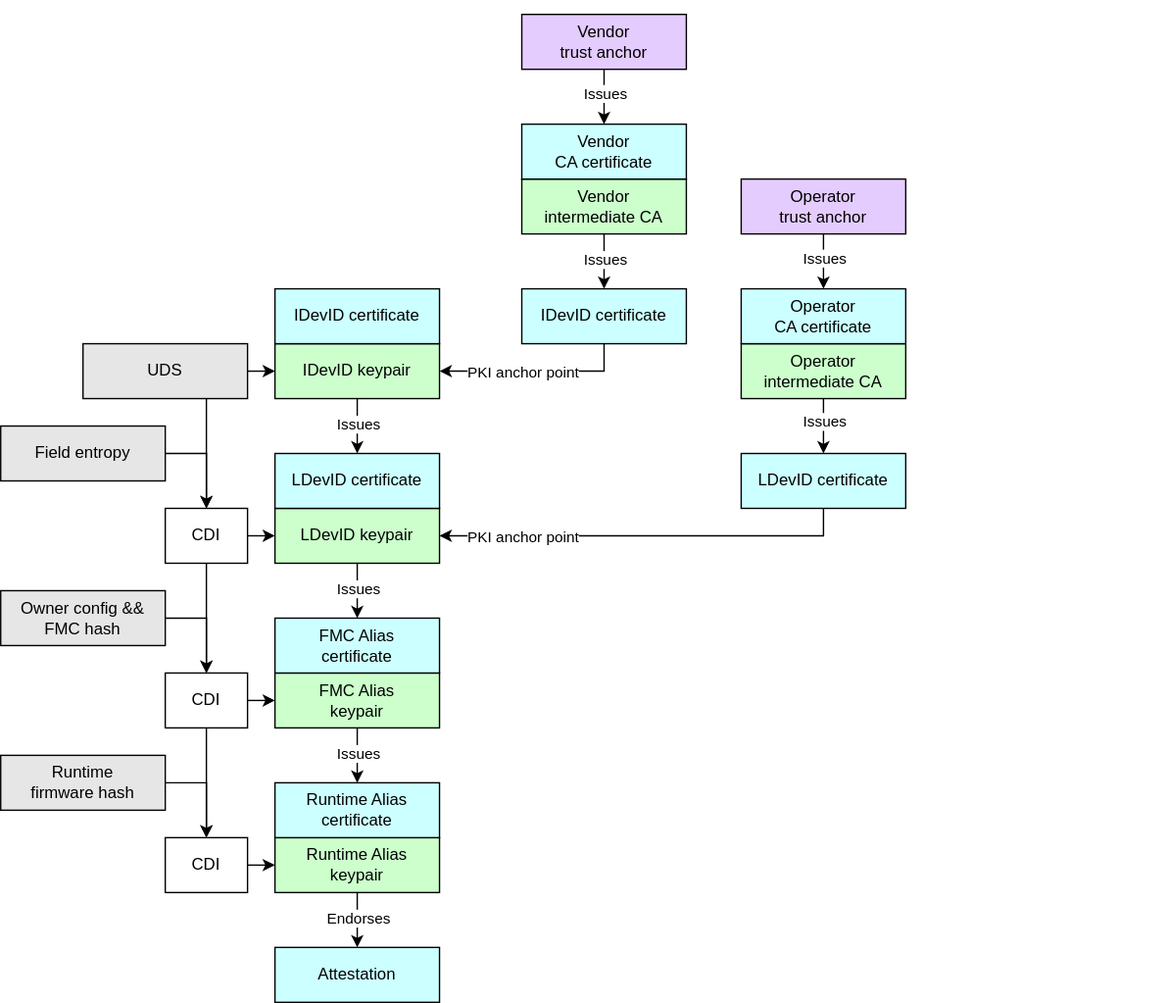
Above: specifications/device-trust-anchor-management/diagrams/identity_key_derivation.drawio.svg in opencomputeproject/Security (draw.io), before the change. Source tidied: cells renumbered, new cells last; positions are measured from the earlier drawing's top-left corner, leaving out a move shared by most shapes.
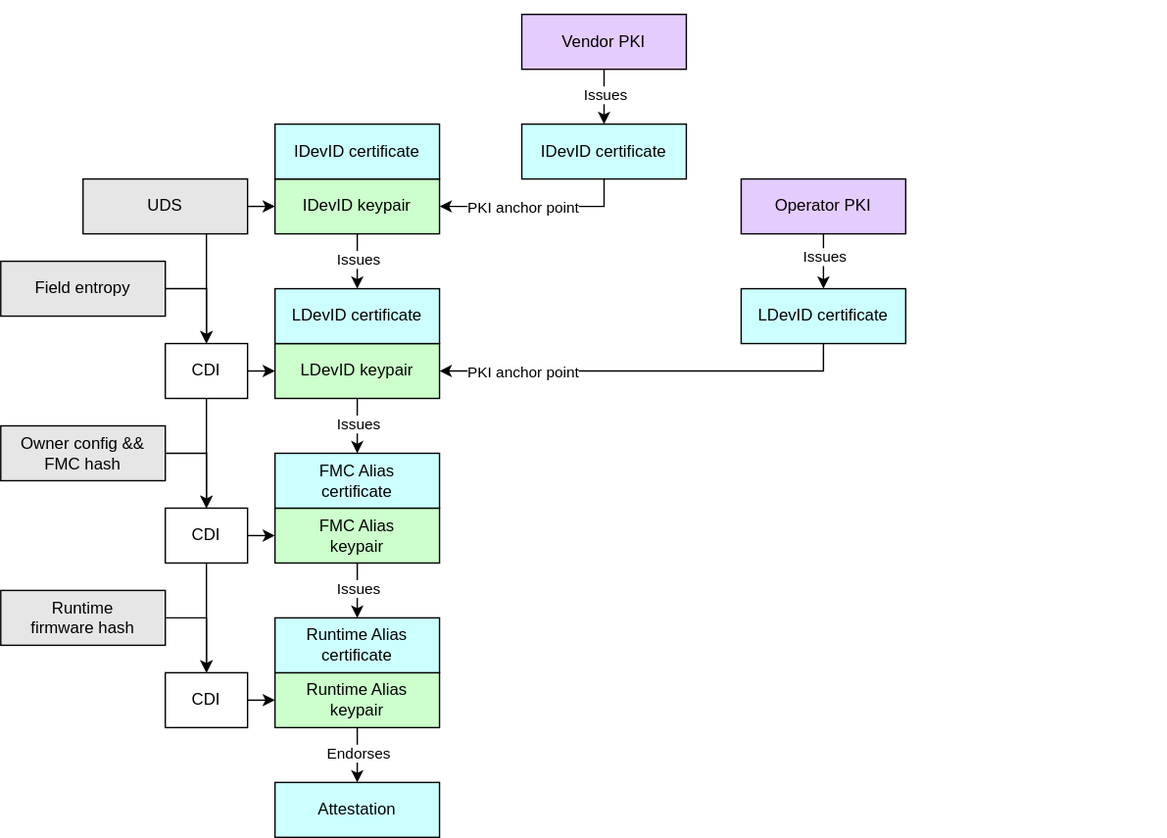
After the change.

Commit message:
Incorporate feedback on Device Identity Provisioning spec. (#31)

What changed in the source:
```diff
@@ -62,7 +62,7 @@
       <mxGeometry x="200" y="690" width="120" height="40" as="geometry" />
     </mxCell>
     <mxCell id="19" style="rounded=0;whiteSpace=wrap;html=1;align=center;verticalAlign=middle;shadow=0;glass=0;spacingLeft=0;spacingBottom=0;spacingTop=0;fillColor=#FFFFFF;fontSize=10;strokeColor=#FFFFFF;" parent="1" vertex="1">
-      <mxGeometry width="90" height="20" as="geometry" />
+      <mxGeometry y="120" width="90" height="20" as="geometry" />
     </mxCell>
     <mxCell id="20" style="edgeStyle=none;html=1;exitX=1;exitY=0.5;exitDx=0;exitDy=0;entryX=0;entryY=0.5;entryDx=0;entryDy=0;" parent="1" edge="1" source="22" target="12">
       <mxGeometry relative="1" as="geometry" />
@@ -126,7 +126,7 @@
     <mxCell id="39" value="&lt;div&gt;&lt;font color=&quot;#000000&quot;&gt;IDevID&amp;nbsp;&lt;/font&gt;&lt;span style=&quot;background-color: transparent;&quot;&gt;certificate&lt;/span&gt;&lt;/div&gt;" style="rounded=0;whiteSpace=wrap;html=1;align=center;verticalAlign=middle;shadow=0;glass=0;spacingLeft=0;spacingBottom=0;spacingTop=0;fillColor=#CCFFFF;" parent="1" vertex="1">
       <mxGeometry x="380" y="210" width="120" height="40" as="geometry" />
     </mxCell>
-    <mxCell id="40" style="edgeStyle=none;html=1;exitX=0.5;exitY=1;exitDx=0;exitDy=0;entryX=0.5;entryY=0;entryDx=0;entryDy=0;" parent="1" edge="1" source="42" target="39">
+    <mxCell id="40" style="edgeStyle=none;html=1;exitX=0.5;exitY=1;exitDx=0;exitDy=0;entryX=0.5;entryY=0;entryDx=0;entryDy=0;" parent="1" edge="1" source="46" target="39">
       <mxGeometry relative="1" as="geometry" />
     </mxCell>
     <mxCell id="41" value="Issues" style="edgeLabel;html=1;align=center;verticalAlign=middle;" parent="40" vertex="1">
@@ -134,20 +134,8 @@
         <mxPoint x="1" y="2" as="offset" />
       </mxGeometry>
     </mxCell>
-    <mxCell id="42" value="Vendor&lt;div&gt;intermediate CA&lt;/div&gt;" style="rounded=0;whiteSpace=wrap;html=1;align=center;verticalAlign=middle;shadow=0;glass=0;spacingLeft=0;spacingBottom=0;spacingTop=0;fillColor=#CCFFCC;" parent="1" vertex="1">
-      <mxGeometry x="380" y="130" width="120" height="40" as="geometry" />
-    </mxCell>
-    <mxCell id="43" value="&lt;div&gt;&lt;font color=&quot;#000000&quot;&gt;Vendor&lt;/font&gt;&lt;/div&gt;&lt;div&gt;&lt;font color=&quot;#000000&quot;&gt;CA&amp;nbsp;&lt;/font&gt;&lt;span style=&quot;background-color: transparent;&quot;&gt;certificate&lt;/span&gt;&lt;/div&gt;" style="rounded=0;whiteSpace=wrap;html=1;align=center;verticalAlign=middle;shadow=0;glass=0;spacingLeft=0;spacingBottom=0;spacingTop=0;fillColor=#CCFFFF;" parent="1" vertex="1">
-      <mxGeometry x="380" y="90" width="120" height="40" as="geometry" />
-    </mxCell>
-    <mxCell id="44" style="edgeStyle=none;html=1;exitX=0.5;exitY=1;exitDx=0;exitDy=0;entryX=0.5;entryY=0;entryDx=0;entryDy=0;" parent="1" edge="1" source="46" target="43">
-      <mxGeometry relative="1" as="geometry" />
-    </mxCell>
-    <mxCell id="45" value="Issues" style="edgeLabel;html=1;align=center;verticalAlign=middle;labelBackgroundColor=#FFFFFF;" parent="44" vertex="1">
-      <mxGeometry x="-0.15" relative="1" as="geometry" />
-    </mxCell>
-    <mxCell id="46" value="Vendor&lt;div&gt;trust anchor&lt;/div&gt;" style="rounded=0;whiteSpace=wrap;html=1;align=center;verticalAlign=middle;shadow=0;glass=0;spacingLeft=0;spacingBottom=0;spacingTop=0;fillColor=#E5CCFF;" parent="1" vertex="1">
-      <mxGeometry x="380" y="10" width="120" height="40" as="geometry" />
+    <mxCell id="46" value="Vendor PKI" style="rounded=0;whiteSpace=wrap;html=1;align=center;verticalAlign=middle;shadow=0;glass=0;spacingLeft=0;spacingBottom=0;spacingTop=0;fillColor=#E5CCFF;" parent="1" vertex="1">
+      <mxGeometry x="380" y="130" width="120" height="40" as="geometry" />
     </mxCell>
     <mxCell id="47" style="edgeStyle=orthogonalEdgeStyle;html=1;exitX=0.5;exitY=1;exitDx=0;exitDy=0;entryX=1;entryY=0.5;entryDx=0;entryDy=0;rounded=0;" parent="1" edge="1" source="49" target="8">
       <mxGeometry relative="1" as="geometry" />
@@ -160,31 +148,17 @@
     <mxCell id="49" value="&lt;div&gt;&lt;font color=&quot;#000000&quot;&gt;LDevID certificate&lt;/font&gt;&lt;/div&gt;" style="rounded=0;whiteSpace=wrap;html=1;align=center;verticalAlign=middle;shadow=0;glass=0;spacingLeft=0;spacingBottom=0;spacingTop=0;fillColor=#CCFFFF;" parent="1" vertex="1">
       <mxGeometry x="540" y="330" width="120" height="40" as="geometry" />
     </mxCell>
-    <mxCell id="50" style="edgeStyle=none;html=1;exitX=0.5;exitY=1;exitDx=0;exitDy=0;entryX=0.5;entryY=0;entryDx=0;entryDy=0;" parent="1" edge="1" source="52" target="49">
+    <mxCell id="50" style="edgeStyle=none;html=1;exitX=0.5;exitY=1;exitDx=0;exitDy=0;entryX=0.5;entryY=0;entryDx=0;entryDy=0;" parent="1" edge="1" source="56" target="49">
       <mxGeometry relative="1" as="geometry" />
     </mxCell>
     <mxCell id="51" value="Issues" style="edgeLabel;html=1;align=center;verticalAlign=middle;" parent="50" vertex="1">
       <mxGeometry x="-0.2" relative="1" as="geometry" />
     </mxCell>
-    <mxCell id="52" value="Operator&lt;div&gt;intermediate CA&lt;/div&gt;" style="rounded=0;whiteSpace=wrap;html=1;align=center;verticalAlign=middle;shadow=0;glass=0;spacingLeft=0;spacingBottom=0;spacingTop=0;fillColor=#CCFFCC;" parent="1" vertex="1">
-      <mxGeometry x="540" y="250" width="120" height="40" as="geometry" />
-    </mxCell>
-    <mxCell id="53" value="&lt;div&gt;&lt;font color=&quot;#000000&quot;&gt;Operator&lt;/font&gt;&lt;/div&gt;&lt;div&gt;&lt;font color=&quot;#000000&quot;&gt;CA&amp;nbsp;&lt;/font&gt;&lt;span style=&quot;background-color: transparent;&quot;&gt;certificate&lt;/span&gt;&lt;/div&gt;" style="rounded=0;whiteSpace=wrap;html=1;align=center;verticalAlign=middle;shadow=0;glass=0;spacingLeft=0;spacingBottom=0;spacingTop=0;fillColor=#CCFFFF;" parent="1" vertex="1">
-      <mxGeometry x="540" y="210" width="120" height="40" as="geometry" />
-    </mxCell>
-    <mxCell id="54" style="edgeStyle=none;html=1;exitX=0.5;exitY=1;exitDx=0;exitDy=0;entryX=0.5;entryY=0;entryDx=0;entryDy=0;" parent="1" edge="1" source="56" target="53">
-      <mxGeometry relative="1" as="geometry" />
-    </mxCell>
-    <mxCell id="55" value="Issues" style="edgeLabel;html=1;align=center;verticalAlign=middle;" parent="54" vertex="1">
-      <mxGeometry x="-0.15" y="1" relative="1" as="geometry">
-        <mxPoint x="-1" as="offset" />
-      </mxGeometry>
-    </mxCell>
-    <mxCell id="56" value="Operator&lt;div&gt;trust anchor&lt;/div&gt;" style="rounded=0;whiteSpace=wrap;html=1;align=center;verticalAlign=middle;shadow=0;glass=0;spacingLeft=0;spacingBottom=0;spacingTop=0;fillColor=#E5CCFF;" parent="1" vertex="1">
-      <mxGeometry x="540" y="130" width="120" height="40" as="geometry" />
+    <mxCell id="56" value="Operator PKI" style="rounded=0;whiteSpace=wrap;html=1;align=center;verticalAlign=middle;shadow=0;glass=0;spacingLeft=0;spacingBottom=0;spacingTop=0;fillColor=#E5CCFF;" parent="1" vertex="1">
+      <mxGeometry x="540" y="250" width="120" height="40" as="geometry" />
     </mxCell>
     <mxCell id="57" style="rounded=0;whiteSpace=wrap;html=1;align=center;verticalAlign=middle;shadow=0;glass=0;spacingLeft=0;spacingBottom=0;spacingTop=0;fillColor=#FFFFFF;fontSize=10;strokeColor=#FFFFFF;" parent="1" vertex="1">
-      <mxGeometry x="760" width="90" height="20" as="geometry" />
+      <mxGeometry x="760" y="120" width="90" height="20" as="geometry" />
     </mxCell>
   </root>
 </mxGraphModel>
```
